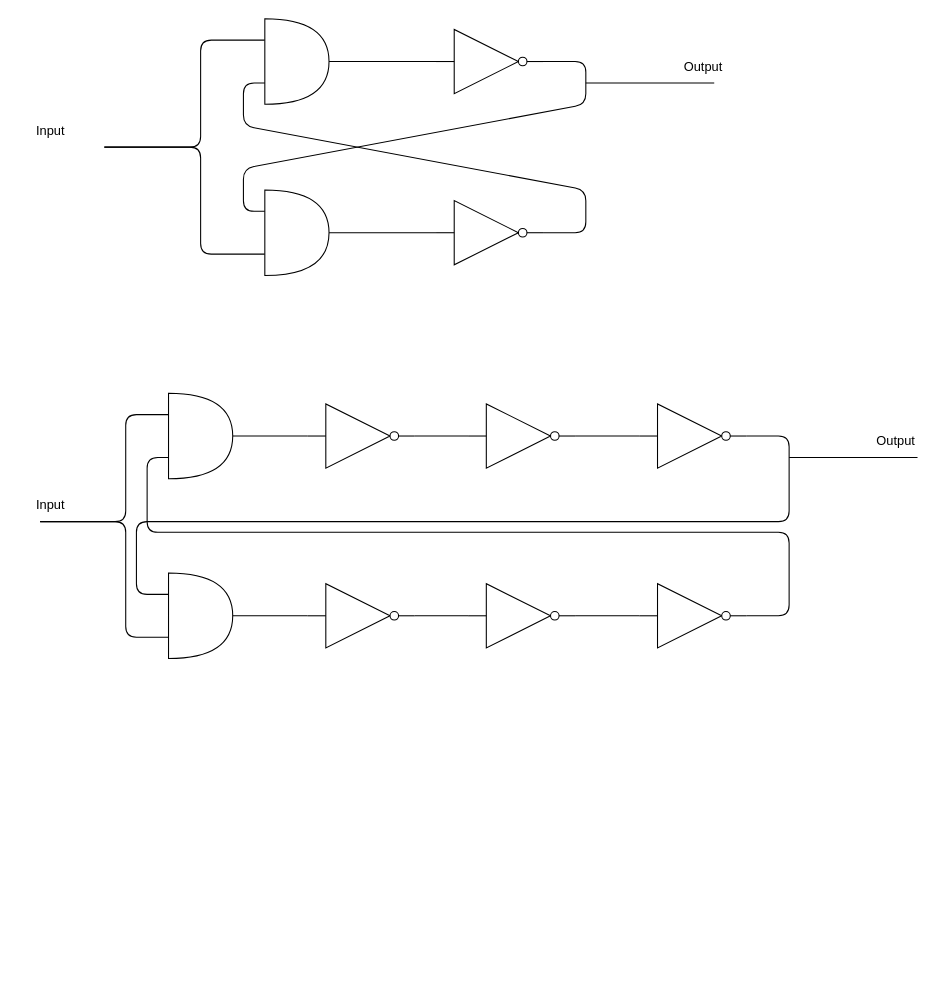
Above: diagrams/design.drawio in OscarVsp/Master-Thesis-TEROPUF-FPGA (draw.io), before the change. Source tidied: cells renumbered, new cells numbered last; positions are measured from the earlier drawing's top-left corner, leaving out a move shared by most shapes. Both pictures are drawn from the tidied source at 107%, with x=0, y=0 at pixel (18, 18).
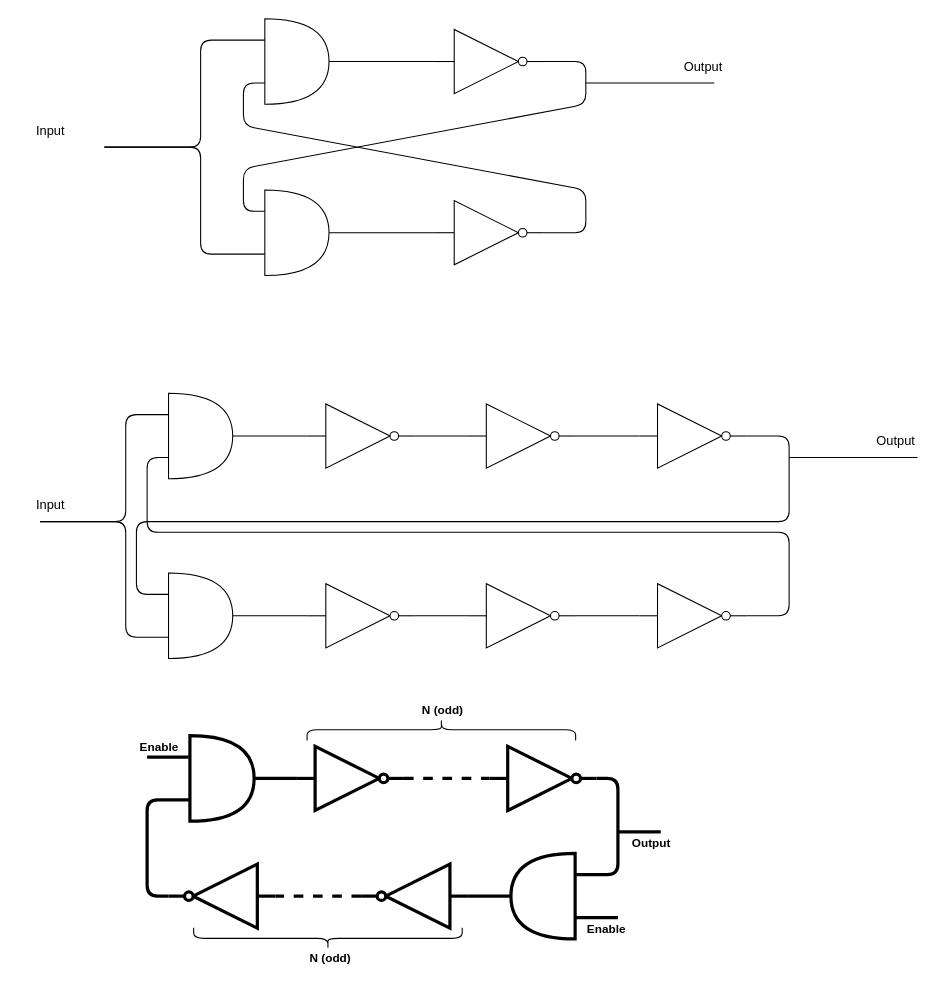
The same diagram, later.

The edit, as a diff of the source:
```diff
@@
+    <mxCell id="36" style="edgeStyle=none;html=1;exitX=1;exitY=0.5;exitDx=0;exitDy=0;exitPerimeter=0;entryX=0;entryY=0.5;entryDx=0;entryDy=0;entryPerimeter=0;endArrow=none;endFill=0;strokeWidth=3;" parent="1" edge="1" source="37" target="38">
+      <mxGeometry relative="1" as="geometry" />
+    </mxCell>
+    <mxCell id="37" style="shape=or;whiteSpace=wrap;html=1;strokeWidth=3;" parent="1" vertex="1">
+      <mxGeometry x="160" y="670" width="60" height="80" as="geometry" />
+    </mxCell>
+    <mxCell id="38" style="verticalLabelPosition=bottom;shadow=0;dashed=0;align=center;html=1;verticalAlign=top;shape=mxgraph.electrical.logic_gates.inverter_2;strokeWidth=3;" parent="1" vertex="1">
+      <mxGeometry x="260" y="680" width="100" height="60" as="geometry" />
+    </mxCell>
+    <mxCell id="39" style="verticalLabelPosition=bottom;shadow=0;dashed=0;align=center;html=1;verticalAlign=top;shape=mxgraph.electrical.logic_gates.inverter_2;strokeWidth=3;" parent="1" vertex="1">
+      <mxGeometry x="440" y="680" width="100" height="60" as="geometry" />
+    </mxCell>
+    <mxCell id="40" style="endArrow=none;dashed=1;html=1;exitX=1;exitY=0.5;exitDx=0;exitDy=0;exitPerimeter=0;strokeWidth=3;" parent="1" edge="1" source="38" target="39">
+      <mxGeometry relative="1" as="geometry" />
+    </mxCell>
+    <mxCell id="41" style="edgeStyle=none;html=1;exitX=1;exitY=0.5;exitDx=0;exitDy=0;exitPerimeter=0;entryX=0;entryY=0.5;entryDx=0;entryDy=0;entryPerimeter=0;endArrow=none;endFill=0;strokeWidth=3;" parent="1" edge="1" source="42" target="43">
+      <mxGeometry relative="1" as="geometry" />
+    </mxCell>
+    <mxCell id="42" style="shape=or;whiteSpace=wrap;html=1;direction=west;strokeWidth=3;" parent="1" vertex="1">
+      <mxGeometry x="460" y="780" width="60" height="80" as="geometry" />
+    </mxCell>
+    <mxCell id="43" style="verticalLabelPosition=bottom;shadow=0;dashed=0;align=center;html=1;verticalAlign=top;shape=mxgraph.electrical.logic_gates.inverter_2;direction=west;strokeWidth=3;" parent="1" vertex="1">
+      <mxGeometry x="320" y="790" width="100" height="60" as="geometry" />
+    </mxCell>
+    <mxCell id="44" style="verticalLabelPosition=bottom;shadow=0;dashed=0;align=center;html=1;verticalAlign=top;shape=mxgraph.electrical.logic_gates.inverter_2;direction=west;strokeWidth=3;" parent="1" vertex="1">
+      <mxGeometry x="140" y="790" width="100" height="60" as="geometry" />
+    </mxCell>
+    <mxCell id="45" style="endArrow=none;dashed=1;html=1;exitX=1;exitY=0.5;exitDx=0;exitDy=0;exitPerimeter=0;strokeWidth=3;" parent="1" edge="1" source="43" target="44">
+      <mxGeometry relative="1" as="geometry" />
+    </mxCell>
+    <mxCell id="46" style="endArrow=none;html=1;exitX=1;exitY=0.5;exitDx=0;exitDy=0;exitPerimeter=0;entryX=0;entryY=0.75;entryDx=0;entryDy=0;entryPerimeter=0;strokeWidth=3;" parent="1" edge="1" source="39" target="42">
+      <mxGeometry relative="1" as="geometry">
+        <Array as="points">
+          <mxPoint x="560" y="710" />
+          <mxPoint x="560" y="800" />
+        </Array>
+      </mxGeometry>
+    </mxCell>
+    <mxCell id="47" style="endArrow=none;html=1;exitX=1;exitY=0.5;exitDx=0;exitDy=0;exitPerimeter=0;entryX=0;entryY=0.75;entryDx=0;entryDy=0;entryPerimeter=0;strokeWidth=3;" parent="1" edge="1" source="44" target="37">
+      <mxGeometry relative="1" as="geometry">
+        <Array as="points">
+          <mxPoint x="120" y="820" />
+          <mxPoint x="120" y="730" />
+        </Array>
+      </mxGeometry>
+    </mxCell>
+    <mxCell id="48" style="edgeStyle=none;html=1;exitX=0;exitY=0.25;exitDx=0;exitDy=0;exitPerimeter=0;endArrow=none;endFill=0;strokeWidth=3;" parent="1" edge="1" source="42">
+      <mxGeometry relative="1" as="geometry">
+        <mxPoint x="560" y="840" as="targetPoint" />
+      </mxGeometry>
+    </mxCell>
+    <mxCell id="49" value="Enable" style="edgeLabel;html=1;align=center;verticalAlign=middle;fontStyle=1;" parent="48" vertex="1">
+      <mxGeometry x="0.4" y="4" relative="1" as="geometry">
+        <mxPoint y="14" as="offset" />
+      </mxGeometry>
+    </mxCell>
+    <mxCell id="50" style="edgeStyle=none;html=1;endArrow=none;endFill=0;strokeWidth=3;entryX=0;entryY=0.25;entryDx=0;entryDy=0;entryPerimeter=0;" parent="1" edge="1" target="37">
+      <mxGeometry relative="1" as="geometry">
+        <mxPoint x="120" y="690" as="sourcePoint" />
+      </mxGeometry>
+    </mxCell>
+    <mxCell id="51" value="Enable" style="edgeLabel;html=1;align=center;verticalAlign=middle;fontStyle=1;" parent="1" vertex="1">
+      <mxGeometry x="130" y="680" as="geometry" />
+    </mxCell>
+    <mxCell id="52" style="edgeStyle=none;html=1;exitX=0;exitY=0.25;exitDx=0;exitDy=0;exitPerimeter=0;endArrow=none;endFill=0;strokeWidth=3;" parent="1" edge="1">
+      <mxGeometry relative="1" as="geometry">
+        <mxPoint x="560" y="760" as="sourcePoint" />
+        <mxPoint x="600" y="760" as="targetPoint" />
+      </mxGeometry>
+    </mxCell>
+    <mxCell id="53" value="Output" style="edgeLabel;html=1;align=center;verticalAlign=middle;fontStyle=1;" parent="52" vertex="1">
+      <mxGeometry x="0.4" y="4" relative="1" as="geometry">
+        <mxPoint x="2" y="14" as="offset" />
+      </mxGeometry>
+    </mxCell>
+    <mxCell id="54" style="shape=curlyBracket;whiteSpace=wrap;html=1;rounded=1;labelPosition=left;verticalLabelPosition=middle;align=right;verticalAlign=middle;strokeWidth=1;rotation=90;" parent="1" vertex="1">
+      <mxGeometry x="385" y="539" width="20" height="251" as="geometry" />
+    </mxCell>
+    <mxCell id="55" value="N (odd)" style="edgeLabel;html=1;align=center;verticalAlign=middle;fontStyle=1;" parent="1" vertex="1">
+      <mxGeometry x="409" y="644" as="geometry">
+        <mxPoint x="-14" y="1" as="offset" />
+      </mxGeometry>
+    </mxCell>
+    <mxCell id="56" style="shape=curlyBracket;whiteSpace=wrap;html=1;rounded=1;labelPosition=left;verticalLabelPosition=middle;align=right;verticalAlign=middle;strokeWidth=1;rotation=-90;" parent="1" vertex="1">
+      <mxGeometry x="279" y="734" width="20" height="251" as="geometry" />
+    </mxCell>
+    <mxCell id="57" value="N (odd)" style="edgeLabel;html=1;align=center;verticalAlign=middle;fontStyle=1;" parent="1" vertex="1">
+      <mxGeometry x="304" y="876" as="geometry">
+        <mxPoint x="-14" y="1" as="offset" />
+      </mxGeometry>
+    </mxCell>
```
